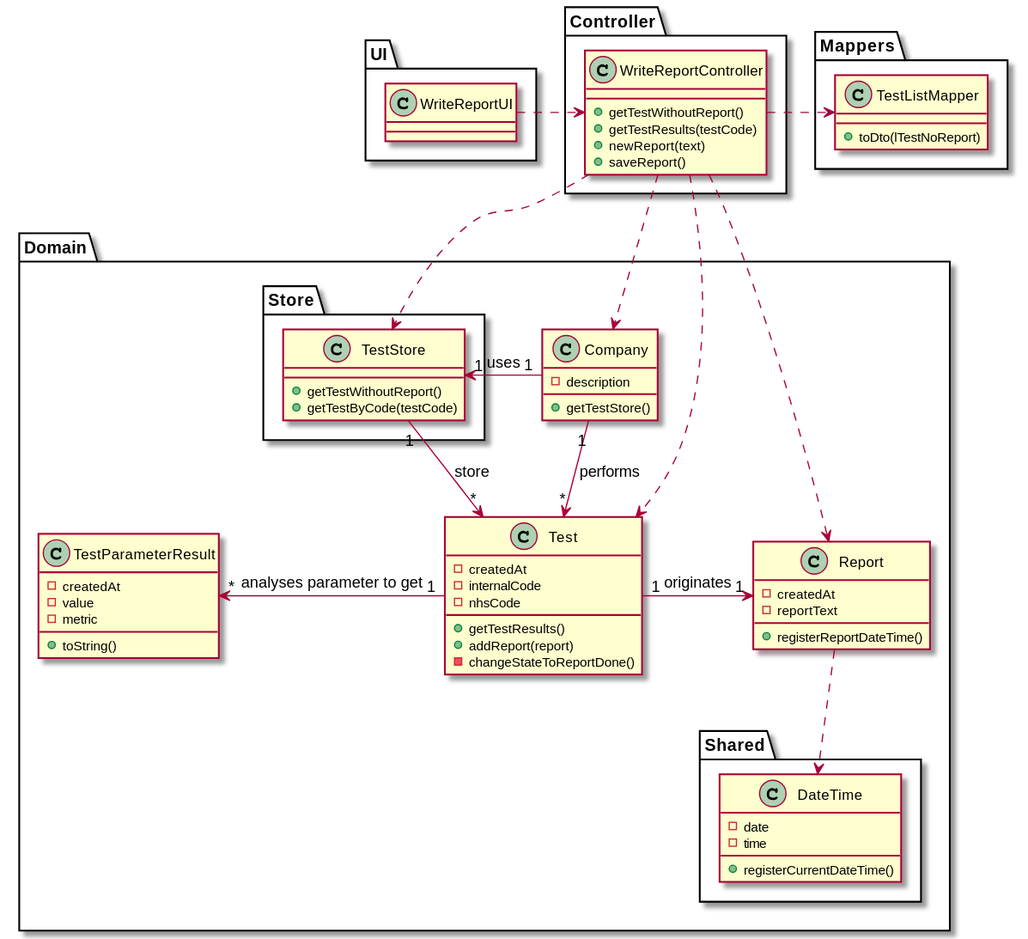
The PlantUML diagram docs/SprintC/US14/US14_CD.svg in GuilhermeCunha79/lapr2, before a commit.
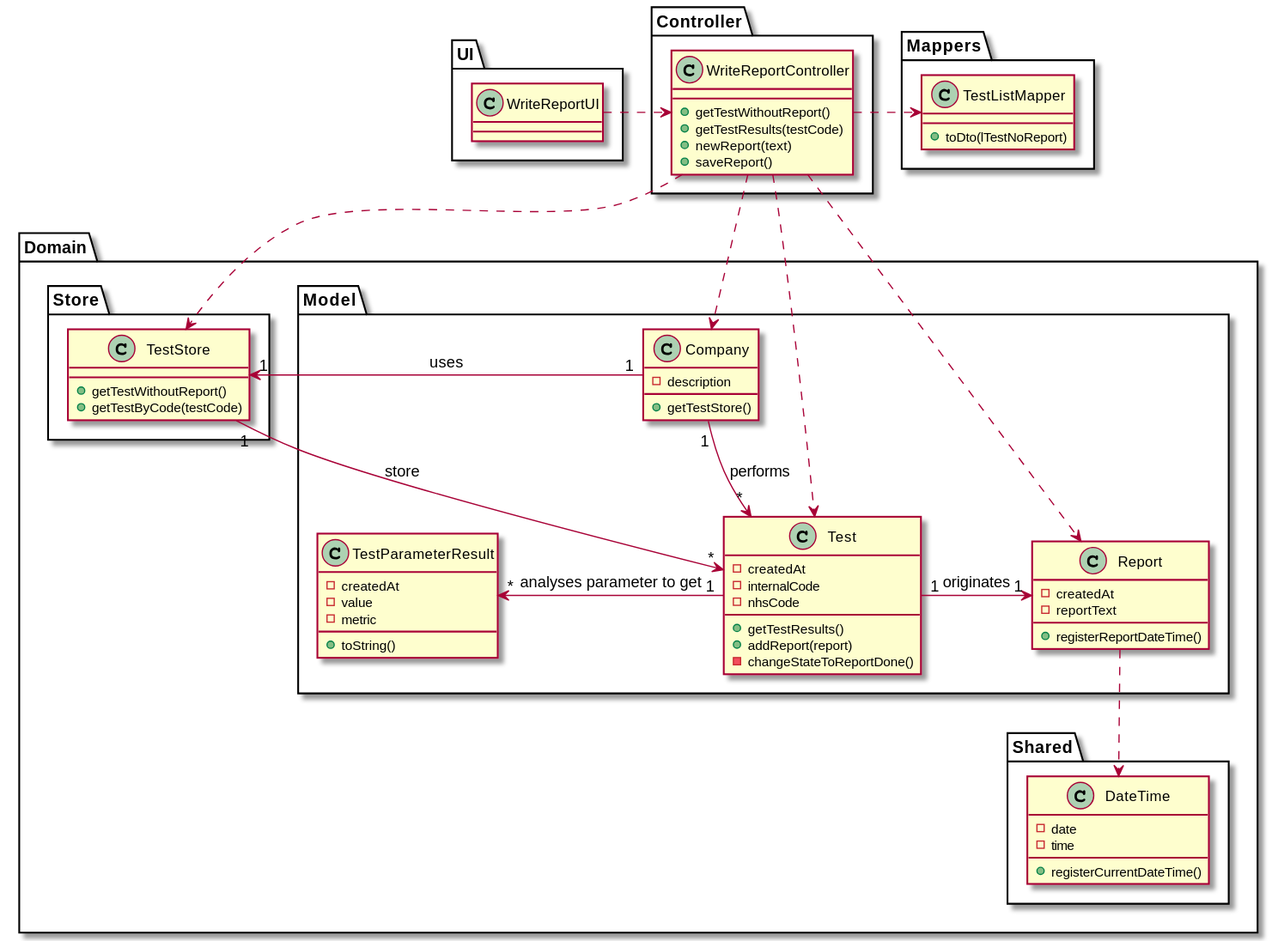
The same file after the commit.

Diff of the diagram source:
```diff
@@ -15,15 +15,10 @@
 }
 
 package Domain {
+package Model {
 class Company {
     -description
     +getTestStore()
-}
-package Store {
-class TestStore {
-    +getTestWithoutReport()
-    +getTestByCode(testCode)
-}
 }
 class Test {
     -createdAt
@@ -46,6 +41,14 @@
     -reportText
     +registerReportDateTime()
 }
+}
+package Store {
+class TestStore {
+    +getTestWithoutReport()
+    +getTestByCode(testCode)
+}
+}
+
 package Shared {
 class DateTime {
     -date
```
